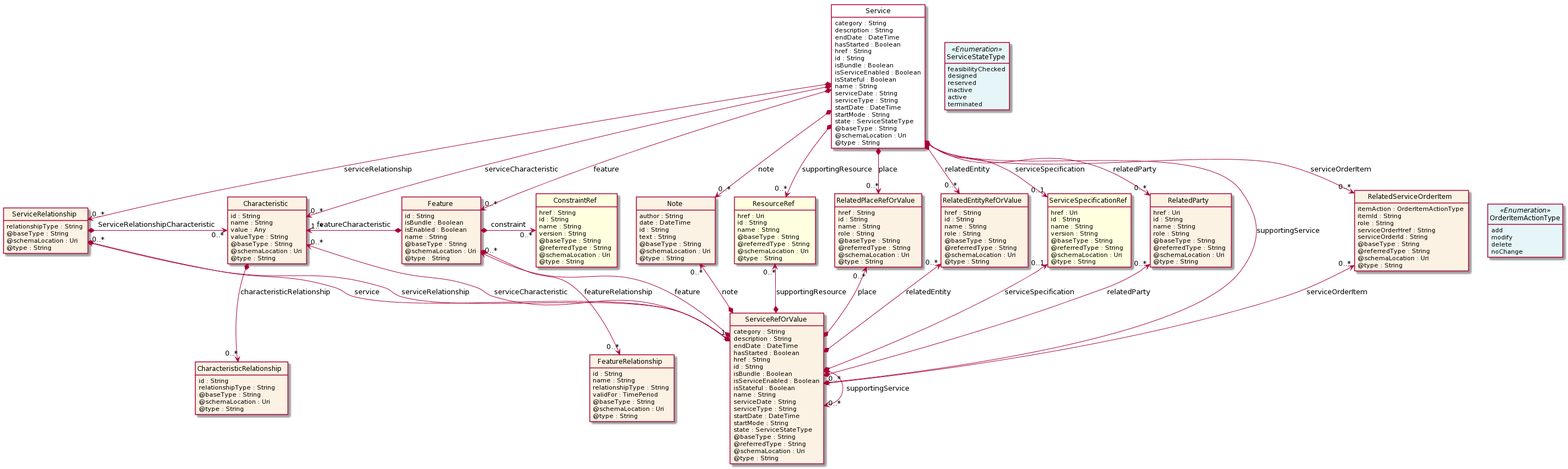
The PlantUML diagram apis/TMF638_Service_Inventory/documentation/diagrams/Resource_Service.png in tmforum-apis/Open_Api_And_Data_Model, before a commit.
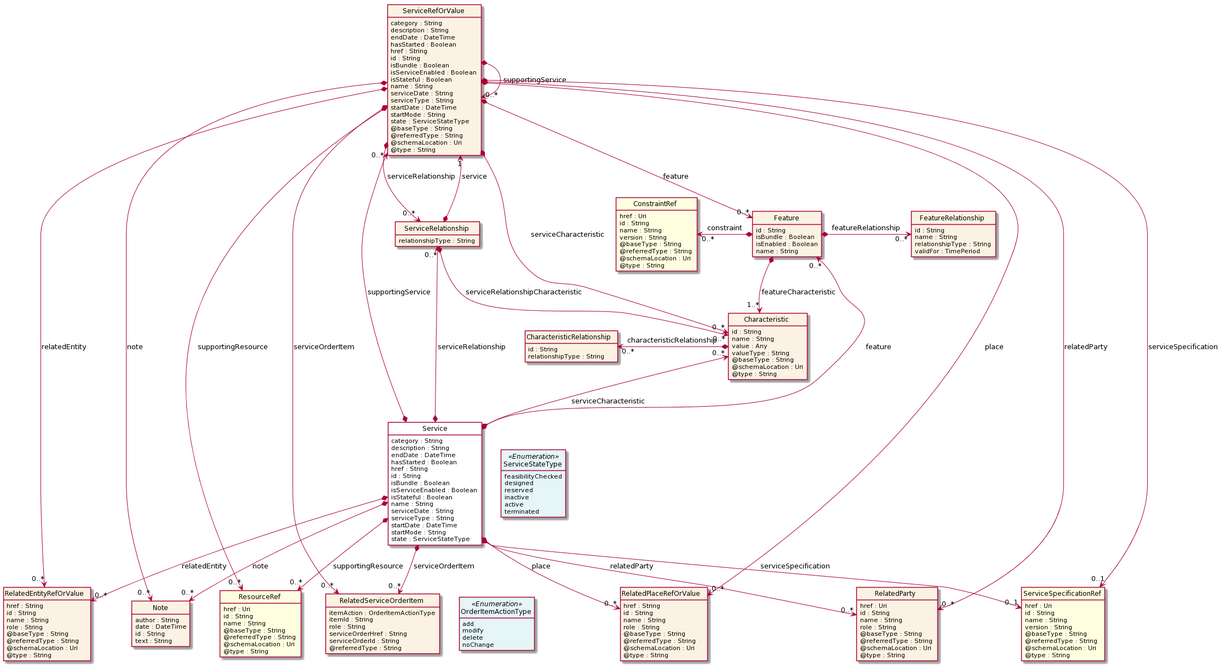
After the commit.

The edit, as a diff of the source:
```diff
@@ -26,9 +26,6 @@
     startDate : DateTime
     startMode : String
     state : ServiceStateType
-    @baseType : String
-    @schemaLocation : Uri
-    @type : String
 }
 
 class ServiceStateType <<Enumeration>> {
@@ -45,9 +42,6 @@
     date : DateTime
     id : String
     text : String
-    @baseType : String
-    @schemaLocation : Uri
-    @type : String
 }
 
 class ResourceRef  <<Ref>> {
@@ -66,10 +60,7 @@
     role : String
     serviceOrderHref : String
     serviceOrderId : String
-    @baseType : String
     @referredType : String
-    @schemaLocation : Uri
-    @type : String
 }
 
 class OrderItemActionType <<Enumeration>> {
@@ -81,9 +72,21 @@
 
 class ServiceRelationship  {
     relationshipType : String
+}
+
+class Characteristic  {
+    id : String
+    name : String
+    value : Any
+    valueType : String
     @baseType : String
     @schemaLocation : Uri
     @type : String
+}
+
+class CharacteristicRelationship  {
+    id : String
+    relationshipType : String
 }
 
 class ServiceRefOrValue  {
@@ -113,31 +116,10 @@
     isBundle : Boolean
     isEnabled : Boolean
     name : String
-    @baseType : String
-    @schemaLocation : Uri
-    @type : String
-}
-
-class Characteristic  {
-    id : String
-    name : String
-    value : Any
-    valueType : String
-    @baseType : String
-    @schemaLocation : Uri
-    @type : String
-}
-
-class CharacteristicRelationship  {
-    id : String
-    relationshipType : String
-    @baseType : String
-    @schemaLocation : Uri
-    @type : String
 }
 
 class ConstraintRef  <<Ref>> {
-    href : String
+    href : Uri
     id : String
     name : String
     version : String
@@ -152,9 +134,6 @@
     name : String
     relationshipType : String
     validFor : TimePeriod
-    @baseType : String
-    @schemaLocation : Uri
-    @type : String
 }
 
 class RelatedPlaceRefOrValue  {
@@ -201,66 +180,64 @@
     @type : String
 }
 
-Service -right[hidden]-> ServiceStateType
+Service *-->  "0..*" Note : note
+
+Service *-->  "0..*" RelatedEntityRefOrValue : relatedEntity
+
+Service *-->  "0..*" RelatedParty : relatedParty
+
+Service *-->  "0..*" RelatedPlaceRefOrValue : place
+
+Service *-->  "0..*" RelatedServiceOrderItem : serviceOrderItem
+
+Service *-->  "0..*" ResourceRef : supportingResource
 
 Service *-->  "0..1" ServiceSpecificationRef : serviceSpecification
 
-Service *-->  "0..*" Note : note
+Service -right[hidden]-> ServiceStateType
 
-Service *-->  "0..*" RelatedServiceOrderItem : serviceOrderItem
+ServiceRelationship "0..*" <--* Service : serviceRelationship
 
-Service *-->  "0..*" RelatedPlaceRefOrValue : place
+Characteristic "0..*" <--* Service : serviceCharacteristic
 
-Service *-->  "0..*" RelatedParty : relatedParty
+Feature "0..*" <--* Service : feature
 
-Service *-->  "0..*" ResourceRef : supportingResource
-
-Service *-->  "0..*" RelatedEntityRefOrValue : relatedEntity
-
-Service *-->  "0..*" Characteristic : serviceCharacteristic
-
-Service *-->  "0..*" ServiceRelationship : serviceRelationship
-
-Service *-->  "0..*" Feature : feature
-
-Service *-->  "0..*" ServiceRefOrValue : supportingService
+ServiceRefOrValue "0..*" <--* Service : supportingService
 
 ServiceRefOrValue *-right-> "0..*" ServiceRefOrValue : supportingService
 
-Note "0..*" <--* ServiceRefOrValue : note
+ServiceRefOrValue *-->  "0..*" Note : note
 
-RelatedEntityRefOrValue "0..*" <--* ServiceRefOrValue : relatedEntity
+ServiceRefOrValue *-->  "0..*" RelatedEntityRefOrValue : relatedEntity
 
-RelatedParty "0..*" <--* ServiceRefOrValue : relatedParty
+ServiceRefOrValue *-->  "0..*" RelatedParty : relatedParty
 
-RelatedPlaceRefOrValue "0..*" <--* ServiceRefOrValue : place
+ServiceRefOrValue *-->  "0..*" RelatedPlaceRefOrValue : place
 
-RelatedServiceOrderItem "0..*" <--* ServiceRefOrValue : serviceOrderItem
+ServiceRefOrValue *-->  "0..*" RelatedServiceOrderItem : serviceOrderItem
 
-ResourceRef "0..*" <--* ServiceRefOrValue : supportingResource
+ServiceRefOrValue *-->  "0..*" ResourceRef : supportingResource
 
-ServiceSpecificationRef "0..1" <--* ServiceRefOrValue : serviceSpecification
+ServiceRefOrValue *-->  "0..1" ServiceSpecificationRef : serviceSpecification
 
-Characteristic "0..*" <--* ServiceRefOrValue : serviceCharacteristic
+ServiceRefOrValue *-->  "0..*" Characteristic : serviceCharacteristic
 
-ServiceRelationship *-->  "1" ServiceRefOrValue : service
+ServiceRefOrValue *-->  "0..*" ServiceRelationship : serviceRelationship
 
-ServiceRelationship "0..*" <--* ServiceRefOrValue : serviceRelationship
-
-Feature "0..*" <--* ServiceRefOrValue : feature
+ServiceRefOrValue *-->  "0..*" Feature : feature
 
 RelatedServiceOrderItem -right[hidden]-> OrderItemActionType
 
-ServiceRelationship *-right-> "0..*" Characteristic : ServiceRelationshipCharacteristic
+ServiceRelationship *-->  "0..*" Characteristic : serviceRelationshipCharacteristic
 
-Characteristic "1..*" <-left-* Feature : featureCharacteristic
+ServiceRefOrValue "1" <--* ServiceRelationship : service
 
-Feature *-right-> "0..*" ConstraintRef : constraint
+Feature *-->  "1..*" Characteristic : featureCharacteristic
 
-Feature *-->  "0..*" FeatureRelationship : featureRelationship
+ConstraintRef "0..*" <-left-* Feature : constraint
 
-FeatureRelationship -right[hidden]-> ServiceRefOrValue
+Feature *-right-> "0..*" FeatureRelationship : featureRelationship
 
-Characteristic *-->  "0..*" CharacteristicRelationship : characteristicRelationship
+CharacteristicRelationship "0..*" <-left-* Characteristic : characteristicRelationship
 
 @enduml
```
